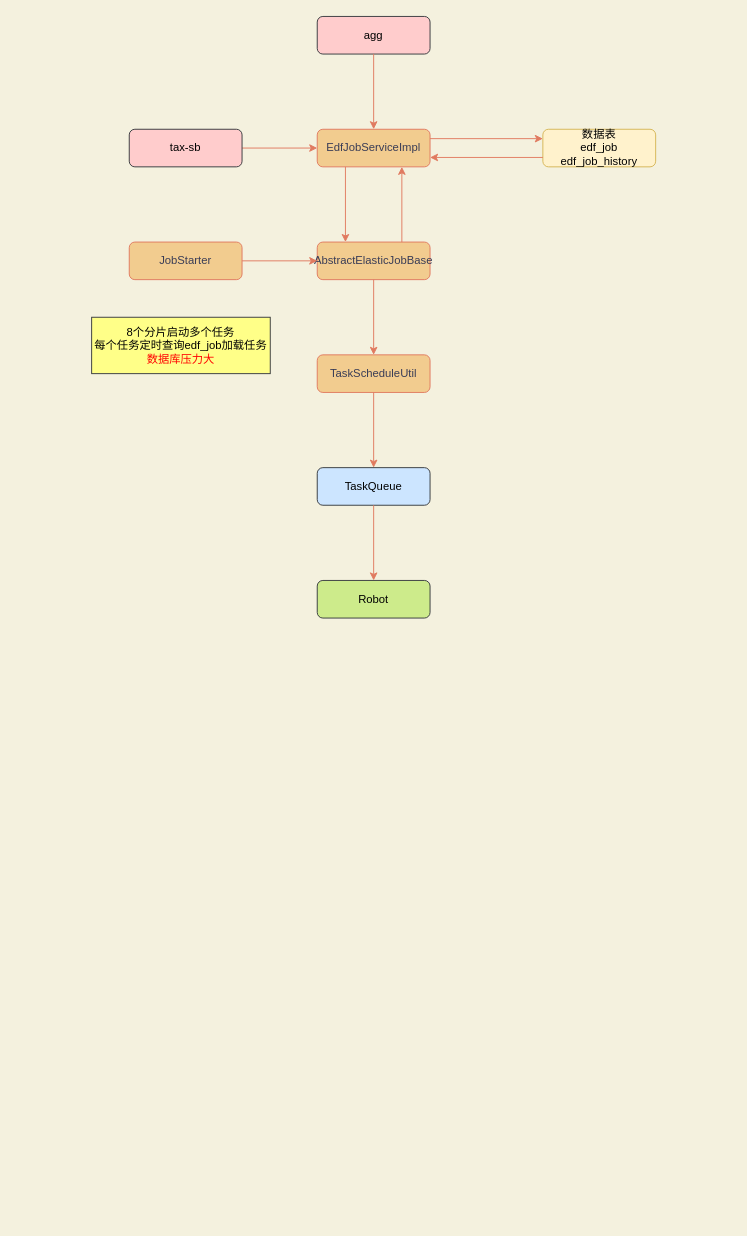
xingzhihe/hello-world keeps this draw.io diagram as 机器人异步任务.drawio. Above is the earlier version. Source tidied: cells renumbered, new cells numbered last; positions are measured from the earlier drawing's top-left corner, leaving out a move shared by most shapes. Both pictures are drawn from the tidied source at 94%, with x=0, y=0 at pixel (91, 16).
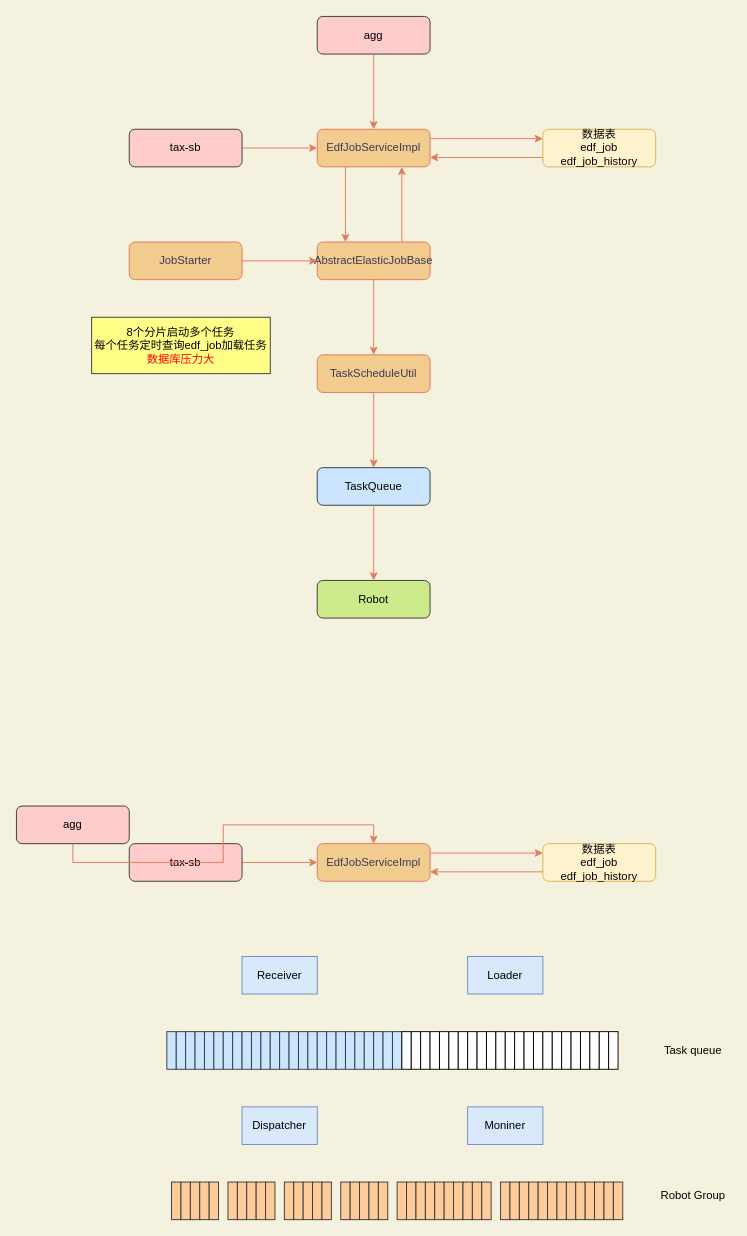
The same diagram, later.

Commit message (it also covers changes not shown here):
更新机器人异步任务.drawio

The edit, as a diff of the source:
```diff
@@
+    <mxCell id="22" style="edgeStyle=orthogonalEdgeStyle;rounded=0;jettySize=auto;html=1;exitX=1;exitY=0.5;exitDx=0;exitDy=0;entryX=0;entryY=0.5;entryDx=0;entryDy=0;labelBackgroundColor=#F4F1DE;strokeColor=#E07A5F;fontColor=#393C56;" parent="1" edge="1" source="23" target="24">
+      <mxGeometry relative="1" as="geometry" />
+    </mxCell>
+    <mxCell id="23" value="tax-sb" style="rounded=1;whiteSpace=wrap;html=1;fontSize=12;glass=0;strokeWidth=1;shadow=0;fillColor=#ffcccc;strokeColor=#36393d;" parent="1" vertex="1">
+      <mxGeometry x="40" y="880" width="120" height="40" as="geometry" />
+    </mxCell>
+    <mxCell id="24" value="EdfJobServiceImpl" style="rounded=1;whiteSpace=wrap;html=1;fontSize=12;glass=0;strokeWidth=1;shadow=0;fillColor=#F2CC8F;strokeColor=#E07A5F;fontColor=#393C56;" parent="1" vertex="1">
+      <mxGeometry x="240" y="880" width="120" height="40" as="geometry" />
+    </mxCell>
+    <mxCell id="25" value="数据表&lt;br&gt;edf_job&lt;br&gt;edf_job_history" style="rounded=1;whiteSpace=wrap;html=1;fontSize=12;glass=0;strokeWidth=1;shadow=0;fillColor=#fff2cc;strokeColor=#d6b656;" parent="1" vertex="1">
+      <mxGeometry x="480" y="880" width="120" height="40" as="geometry" />
+    </mxCell>
+    <mxCell id="26" style="edgeStyle=orthogonalEdgeStyle;rounded=0;jettySize=auto;html=1;entryX=0;entryY=0.25;entryDx=0;entryDy=0;exitX=1;exitY=0.25;exitDx=0;exitDy=0;labelBackgroundColor=#F4F1DE;strokeColor=#E07A5F;fontColor=#393C56;" parent="1" edge="1" source="24" target="25">
+      <mxGeometry relative="1" as="geometry" />
+    </mxCell>
+    <mxCell id="27" style="edgeStyle=orthogonalEdgeStyle;rounded=0;jettySize=auto;html=1;entryX=1;entryY=0.75;entryDx=0;entryDy=0;exitX=0;exitY=0.75;exitDx=0;exitDy=0;labelBackgroundColor=#F4F1DE;strokeColor=#E07A5F;fontColor=#393C56;" parent="1" edge="1" source="25" target="24">
+      <mxGeometry relative="1" as="geometry" />
+    </mxCell>
+    <mxCell id="28" value="agg" style="rounded=1;whiteSpace=wrap;html=1;fontSize=12;glass=0;strokeWidth=1;shadow=0;fillColor=#ffcccc;strokeColor=#36393d;" parent="1" vertex="1">
+      <mxGeometry x="-80" y="840" width="120" height="40" as="geometry" />
+    </mxCell>
+    <mxCell id="29" style="edgeStyle=orthogonalEdgeStyle;rounded=0;jettySize=auto;html=1;exitX=0.5;exitY=1;exitDx=0;exitDy=0;labelBackgroundColor=#F4F1DE;strokeColor=#E07A5F;fontColor=#393C56;entryX=0.5;entryY=0;entryDx=0;entryDy=0;" parent="1" edge="1" source="28" target="24">
+      <mxGeometry relative="1" as="geometry" />
+    </mxCell>
+    <mxCell id="30" style="rounded=0;whiteSpace=wrap;html=1;sketch=0;fillColor=#cce5ff;strokeColor=#36393d;" parent="1" vertex="1">
+      <mxGeometry x="80" y="1080" width="10" height="40" as="geometry" />
+    </mxCell>
+    <mxCell id="31" style="rounded=0;whiteSpace=wrap;html=1;sketch=0;fillColor=#cce5ff;strokeColor=#36393d;" parent="1" vertex="1">
+      <mxGeometry x="90" y="1080" width="10" height="40" as="geometry" />
+    </mxCell>
+    <mxCell id="32" style="rounded=0;whiteSpace=wrap;html=1;sketch=0;fillColor=#cce5ff;strokeColor=#36393d;" parent="1" vertex="1">
+      <mxGeometry x="100" y="1080" width="10" height="40" as="geometry" />
+    </mxCell>
+    <mxCell id="33" style="rounded=0;whiteSpace=wrap;html=1;sketch=0;fillColor=#cce5ff;strokeColor=#36393d;" parent="1" vertex="1">
+      <mxGeometry x="110" y="1080" width="10" height="40" as="geometry" />
+    </mxCell>
+    <mxCell id="34" style="rounded=0;whiteSpace=wrap;html=1;sketch=0;fillColor=#cce5ff;strokeColor=#36393d;" parent="1" vertex="1">
+      <mxGeometry x="120" y="1080" width="10" height="40" as="geometry" />
+    </mxCell>
+    <mxCell id="35" style="rounded=0;whiteSpace=wrap;html=1;sketch=0;fillColor=#cce5ff;strokeColor=#36393d;" parent="1" vertex="1">
+      <mxGeometry x="130" y="1080" width="10" height="40" as="geometry" />
+    </mxCell>
+    <mxCell id="36" style="rounded=0;whiteSpace=wrap;html=1;sketch=0;fillColor=#cce5ff;strokeColor=#36393d;" parent="1" vertex="1">
+      <mxGeometry x="140" y="1080" width="10" height="40" as="geometry" />
+    </mxCell>
+    <mxCell id="37" style="rounded=0;whiteSpace=wrap;html=1;sketch=0;fillColor=#cce5ff;strokeColor=#36393d;" parent="1" vertex="1">
+      <mxGeometry x="150" y="1080" width="10" height="40" as="geometry" />
+    </mxCell>
+    <mxCell id="38" style="rounded=0;whiteSpace=wrap;html=1;sketch=0;fillColor=#cce5ff;strokeColor=#36393d;" parent="1" vertex="1">
+      <mxGeometry x="160" y="1080" width="10" height="40" as="geometry" />
+    </mxCell>
+    <mxCell id="39" style="rounded=0;whiteSpace=wrap;html=1;sketch=0;fillColor=#cce5ff;strokeColor=#36393d;" parent="1" vertex="1">
+      <mxGeometry x="170" y="1080" width="10" height="40" as="geometry" />
+    </mxCell>
+    <mxCell id="40" style="rounded=0;whiteSpace=wrap;html=1;sketch=0;fillColor=#cce5ff;strokeColor=#36393d;" parent="1" vertex="1">
+      <mxGeometry x="180" y="1080" width="10" height="40" as="geometry" />
+    </mxCell>
+    <mxCell id="41" style="rounded=0;whiteSpace=wrap;html=1;sketch=0;fillColor=#cce5ff;strokeColor=#36393d;" parent="1" vertex="1">
+      <mxGeometry x="190" y="1080" width="10" height="40" as="geometry" />
+    </mxCell>
+    <mxCell id="42" style="rounded=0;whiteSpace=wrap;html=1;sketch=0;fillColor=#cce5ff;strokeColor=#36393d;" parent="1" vertex="1">
+      <mxGeometry x="200" y="1080" width="10" height="40" as="geometry" />
+    </mxCell>
+    <mxCell id="43" style="rounded=0;whiteSpace=wrap;html=1;sketch=0;fillColor=#cce5ff;strokeColor=#36393d;" parent="1" vertex="1">
+      <mxGeometry x="210" y="1080" width="10" height="40" as="geometry" />
+    </mxCell>
+    <mxCell id="44" style="rounded=0;whiteSpace=wrap;html=1;sketch=0;fillColor=#cce5ff;strokeColor=#36393d;" parent="1" vertex="1">
+      <mxGeometry x="220" y="1080" width="10" height="40" as="geometry" />
+    </mxCell>
+    <mxCell id="45" style="rounded=0;whiteSpace=wrap;html=1;sketch=0;fillColor=#cce5ff;strokeColor=#36393d;" parent="1" vertex="1">
+      <mxGeometry x="230" y="1080" width="10" height="40" as="geometry" />
+    </mxCell>
+    <mxCell id="46" style="rounded=0;whiteSpace=wrap;html=1;sketch=0;fillColor=#cce5ff;strokeColor=#36393d;" parent="1" vertex="1">
+      <mxGeometry x="240" y="1080" width="10" height="40" as="geometry" />
+    </mxCell>
+    <mxCell id="47" style="rounded=0;whiteSpace=wrap;html=1;sketch=0;fillColor=#cce5ff;strokeColor=#36393d;" parent="1" vertex="1">
+      <mxGeometry x="250" y="1080" width="10" height="40" as="geometry" />
+    </mxCell>
+    <mxCell id="48" style="rounded=0;whiteSpace=wrap;html=1;sketch=0;fillColor=#cce5ff;strokeColor=#36393d;" parent="1" vertex="1">
+      <mxGeometry x="260" y="1080" width="10" height="40" as="geometry" />
+    </mxCell>
+    <mxCell id="49" style="rounded=0;whiteSpace=wrap;html=1;sketch=0;fillColor=#cce5ff;strokeColor=#36393d;" parent="1" vertex="1">
+      <mxGeometry x="270" y="1080" width="10" height="40" as="geometry" />
+    </mxCell>
+    <mxCell id="50" style="rounded=0;whiteSpace=wrap;html=1;sketch=0;fillColor=#cce5ff;strokeColor=#36393d;" parent="1" vertex="1">
+      <mxGeometry x="280" y="1080" width="10" height="40" as="geometry" />
+    </mxCell>
+    <mxCell id="51" style="rounded=0;whiteSpace=wrap;html=1;sketch=0;fillColor=#cce5ff;strokeColor=#36393d;" parent="1" vertex="1">
+      <mxGeometry x="290" y="1080" width="10" height="40" as="geometry" />
+    </mxCell>
+    <mxCell id="52" style="rounded=0;whiteSpace=wrap;html=1;sketch=0;fillColor=#cce5ff;strokeColor=#36393d;" parent="1" vertex="1">
+      <mxGeometry x="300" y="1080" width="10" height="40" as="geometry" />
+    </mxCell>
+    <mxCell id="53" style="rounded=0;whiteSpace=wrap;html=1;sketch=0;fillColor=#cce5ff;strokeColor=#36393d;" parent="1" vertex="1">
+      <mxGeometry x="310" y="1080" width="10" height="40" as="geometry" />
+    </mxCell>
+    <mxCell id="54" style="rounded=0;whiteSpace=wrap;html=1;sketch=0;fillColor=#cce5ff;strokeColor=#36393d;" parent="1" vertex="1">
+      <mxGeometry x="320" y="1080" width="10" height="40" as="geometry" />
+    </mxCell>
+    <mxCell id="55" style="rounded=0;whiteSpace=wrap;html=1;sketch=0;" parent="1" vertex="1">
+      <mxGeometry x="330" y="1080" width="10" height="40" as="geometry" />
+    </mxCell>
+    <mxCell id="56" style="rounded=0;whiteSpace=wrap;html=1;sketch=0;" parent="1" vertex="1">
+      <mxGeometry x="340" y="1080" width="10" height="40" as="geometry" />
+    </mxCell>
+    <mxCell id="57" style="rounded=0;whiteSpace=wrap;html=1;sketch=0;" parent="1" vertex="1">
+      <mxGeometry x="350" y="1080" width="10" height="40" as="geometry" />
+    </mxCell>
+    <mxCell id="58" style="rounded=0;whiteSpace=wrap;html=1;sketch=0;" parent="1" vertex="1">
+      <mxGeometry x="360" y="1080" width="10" height="40" as="geometry" />
+    </mxCell>
+    <mxCell id="59" style="rounded=0;whiteSpace=wrap;html=1;sketch=0;" parent="1" vertex="1">
+      <mxGeometry x="370" y="1080" width="10" height="40" as="geometry" />
+    </mxCell>
+    <mxCell id="60" style="rounded=0;whiteSpace=wrap;html=1;sketch=0;" parent="1" vertex="1">
+      <mxGeometry x="380" y="1080" width="10" height="40" as="geometry" />
+    </mxCell>
+    <mxCell id="61" style="rounded=0;whiteSpace=wrap;html=1;sketch=0;" parent="1" vertex="1">
+      <mxGeometry x="390" y="1080" width="10" height="40" as="geometry" />
+    </mxCell>
+    <mxCell id="62" style="rounded=0;whiteSpace=wrap;html=1;sketch=0;" parent="1" vertex="1">
+      <mxGeometry x="400" y="1080" width="10" height="40" as="geometry" />
+    </mxCell>
+    <mxCell id="63" style="rounded=0;whiteSpace=wrap;html=1;sketch=0;" parent="1" vertex="1">
+      <mxGeometry x="410" y="1080" width="10" height="40" as="geometry" />
+    </mxCell>
+    <mxCell id="64" style="rounded=0;whiteSpace=wrap;html=1;sketch=0;" parent="1" vertex="1">
+      <mxGeometry x="420" y="1080" width="10" height="40" as="geometry" />
+    </mxCell>
+    <mxCell id="65" style="rounded=0;whiteSpace=wrap;html=1;sketch=0;" parent="1" vertex="1">
+      <mxGeometry x="430" y="1080" width="10" height="40" as="geometry" />
+    </mxCell>
+    <mxCell id="66" style="rounded=0;whiteSpace=wrap;html=1;sketch=0;" parent="1" vertex="1">
+      <mxGeometry x="440" y="1080" width="10" height="40" as="geometry" />
+    </mxCell>
+    <mxCell id="67" style="rounded=0;whiteSpace=wrap;html=1;sketch=0;" parent="1" vertex="1">
+      <mxGeometry x="450" y="1080" width="10" height="40" as="geometry" />
+    </mxCell>
+    <mxCell id="68" style="rounded=0;whiteSpace=wrap;html=1;sketch=0;" parent="1" vertex="1">
+      <mxGeometry x="460" y="1080" width="10" height="40" as="geometry" />
+    </mxCell>
+    <mxCell id="69" style="rounded=0;whiteSpace=wrap;html=1;sketch=0;" parent="1" vertex="1">
+      <mxGeometry x="470" y="1080" width="10" height="40" as="geometry" />
+    </mxCell>
+    <mxCell id="70" style="rounded=0;whiteSpace=wrap;html=1;sketch=0;" parent="1" vertex="1">
+      <mxGeometry x="480" y="1080" width="10" height="40" as="geometry" />
+    </mxCell>
+    <mxCell id="71" style="rounded=0;whiteSpace=wrap;html=1;sketch=0;" parent="1" vertex="1">
+      <mxGeometry x="490" y="1080" width="10" height="40" as="geometry" />
+    </mxCell>
+    <mxCell id="72" style="rounded=0;whiteSpace=wrap;html=1;sketch=0;" parent="1" vertex="1">
+      <mxGeometry x="500" y="1080" width="10" height="40" as="geometry" />
+    </mxCell>
+    <mxCell id="73" style="rounded=0;whiteSpace=wrap;html=1;sketch=0;" parent="1" vertex="1">
+      <mxGeometry x="510" y="1080" width="10" height="40" as="geometry" />
+    </mxCell>
+    <mxCell id="74" style="rounded=0;whiteSpace=wrap;html=1;sketch=0;" parent="1" vertex="1">
+      <mxGeometry x="520" y="1080" width="10" height="40" as="geometry" />
+    </mxCell>
+    <mxCell id="75" style="rounded=0;whiteSpace=wrap;html=1;sketch=0;" parent="1" vertex="1">
+      <mxGeometry x="530" y="1080" width="10" height="40" as="geometry" />
+    </mxCell>
+    <mxCell id="76" style="rounded=0;whiteSpace=wrap;html=1;sketch=0;" parent="1" vertex="1">
+      <mxGeometry x="540" y="1080" width="10" height="40" as="geometry" />
+    </mxCell>
+    <mxCell id="77" style="rounded=0;whiteSpace=wrap;html=1;sketch=0;" parent="1" vertex="1">
+      <mxGeometry x="550" y="1080" width="10" height="40" as="geometry" />
+    </mxCell>
+    <mxCell id="78" value="Receiver" style="rounded=0;whiteSpace=wrap;html=1;sketch=0;strokeColor=#6c8ebf;fillColor=#dae8fc;" parent="1" vertex="1">
+      <mxGeometry x="160" y="1000" width="80" height="40" as="geometry" />
+    </mxCell>
+    <mxCell id="79" value="Loader" style="rounded=0;whiteSpace=wrap;html=1;sketch=0;strokeColor=#6c8ebf;fillColor=#dae8fc;" parent="1" vertex="1">
+      <mxGeometry x="400" y="1000" width="80" height="40" as="geometry" />
+    </mxCell>
+    <mxCell id="80" value="Dispatcher" style="rounded=0;whiteSpace=wrap;html=1;sketch=0;strokeColor=#6c8ebf;fillColor=#dae8fc;" parent="1" vertex="1">
+      <mxGeometry x="160" y="1160" width="80" height="40" as="geometry" />
+    </mxCell>
+    <mxCell id="81" value="Moniner" style="rounded=0;whiteSpace=wrap;html=1;sketch=0;strokeColor=#6c8ebf;fillColor=#dae8fc;" parent="1" vertex="1">
+      <mxGeometry x="400" y="1160" width="80" height="40" as="geometry" />
+    </mxCell>
+    <mxCell id="82" style="rounded=0;whiteSpace=wrap;html=1;sketch=0;fillColor=#ffcc99;strokeColor=#36393d;" parent="1" vertex="1">
+      <mxGeometry x="85" y="1240" width="10" height="40" as="geometry" />
+    </mxCell>
+    <mxCell id="83" style="rounded=0;whiteSpace=wrap;html=1;sketch=0;fillColor=#ffcc99;strokeColor=#36393d;" parent="1" vertex="1">
+      <mxGeometry x="95" y="1240" width="10" height="40" as="geometry" />
+    </mxCell>
+    <mxCell id="84" style="rounded=0;whiteSpace=wrap;html=1;sketch=0;fillColor=#ffcc99;strokeColor=#36393d;" parent="1" vertex="1">
+      <mxGeometry x="105" y="1240" width="10" height="40" as="geometry" />
+    </mxCell>
+    <mxCell id="85" style="rounded=0;whiteSpace=wrap;html=1;sketch=0;fillColor=#ffcc99;strokeColor=#36393d;" parent="1" vertex="1">
+      <mxGeometry x="115" y="1240" width="10" height="40" as="geometry" />
+    </mxCell>
+    <mxCell id="86" style="rounded=0;whiteSpace=wrap;html=1;sketch=0;fillColor=#ffcc99;strokeColor=#36393d;" parent="1" vertex="1">
+      <mxGeometry x="125" y="1240" width="10" height="40" as="geometry" />
+    </mxCell>
+    <mxCell id="87" style="rounded=0;whiteSpace=wrap;html=1;sketch=0;fillColor=#ffcc99;strokeColor=#36393d;" parent="1" vertex="1">
+      <mxGeometry x="145" y="1240" width="10" height="40" as="geometry" />
+    </mxCell>
+    <mxCell id="88" style="rounded=0;whiteSpace=wrap;html=1;sketch=0;fillColor=#ffcc99;strokeColor=#36393d;" parent="1" vertex="1">
+      <mxGeometry x="155" y="1240" width="10" height="40" as="geometry" />
+    </mxCell>
+    <mxCell id="89" style="rounded=0;whiteSpace=wrap;html=1;sketch=0;fillColor=#ffcc99;strokeColor=#36393d;" parent="1" vertex="1">
+      <mxGeometry x="165" y="1240" width="10" height="40" as="geometry" />
+    </mxCell>
+    <mxCell id="90" style="rounded=0;whiteSpace=wrap;html=1;sketch=0;fillColor=#ffcc99;strokeColor=#36393d;" parent="1" vertex="1">
+      <mxGeometry x="175" y="1240" width="10" height="40" as="geometry" />
+    </mxCell>
+    <mxCell id="91" style="rounded=0;whiteSpace=wrap;html=1;sketch=0;fillColor=#ffcc99;strokeColor=#36393d;" parent="1" vertex="1">
+      <mxGeometry x="185" y="1240" width="10" height="40" as="geometry" />
+    </mxCell>
+    <mxCell id="92" style="rounded=0;whiteSpace=wrap;html=1;sketch=0;fillColor=#ffcc99;strokeColor=#36393d;" parent="1" vertex="1">
+      <mxGeometry x="205" y="1240" width="10" height="40" as="geometry" />
+    </mxCell>
+    <mxCell id="93" style="rounded=0;whiteSpace=wrap;html=1;sketch=0;fillColor=#ffcc99;strokeColor=#36393d;" parent="1" vertex="1">
+      <mxGeometry x="215" y="1240" width="10" height="40" as="geometry" />
+    </mxCell>
+    <mxCell id="94" style="rounded=0;whiteSpace=wrap;html=1;sketch=0;fillColor=#ffcc99;strokeColor=#36393d;" parent="1" vertex="1">
+      <mxGeometry x="225" y="1240" width="10" height="40" as="geometry" />
+    </mxCell>
+    <mxCell id="95" style="rounded=0;whiteSpace=wrap;html=1;sketch=0;fillColor=#ffcc99;strokeColor=#36393d;" parent="1" vertex="1">
+      <mxGeometry x="235" y="1240" width="10" height="40" as="geometry" />
+    </mxCell>
+    <mxCell id="96" style="rounded=0;whiteSpace=wrap;html=1;sketch=0;fillColor=#ffcc99;strokeColor=#36393d;" parent="1" vertex="1">
+      <mxGeometry x="245" y="1240" width="10" height="40" as="geometry" />
+    </mxCell>
+    <mxCell id="97" style="rounded=0;whiteSpace=wrap;html=1;sketch=0;fillColor=#ffcc99;strokeColor=#36393d;" parent="1" vertex="1">
+      <mxGeometry x="265" y="1240" width="10" height="40" as="geometry" />
+    </mxCell>
+    <mxCell id="98" style="rounded=0;whiteSpace=wrap;html=1;sketch=0;fillColor=#ffcc99;strokeColor=#36393d;" parent="1" vertex="1">
+      <mxGeometry x="275" y="1240" width="10" height="40" as="geometry" />
+    </mxCell>
+    <mxCell id="99" style="rounded=0;whiteSpace=wrap;html=1;sketch=0;fillColor=#ffcc99;strokeColor=#36393d;" parent="1" vertex="1">
+      <mxGeometry x="285" y="1240" width="10" height="40" as="geometry" />
+    </mxCell>
+    <mxCell id="100" style="rounded=0;whiteSpace=wrap;html=1;sketch=0;fillColor=#ffcc99;strokeColor=#36393d;" parent="1" vertex="1">
+      <mxGeometry x="295" y="1240" width="10" height="40" as="geometry" />
+    </mxCell>
+    <mxCell id="101" style="rounded=0;whiteSpace=wrap;html=1;sketch=0;fillColor=#ffcc99;strokeColor=#36393d;" parent="1" vertex="1">
+      <mxGeometry x="305" y="1240" width="10" height="40" as="geometry" />
+    </mxCell>
+    <mxCell id="102" style="rounded=0;whiteSpace=wrap;html=1;sketch=0;fillColor=#ffcc99;strokeColor=#36393d;" parent="1" vertex="1">
+      <mxGeometry x="325" y="1240" width="10" height="40" as="geometry" />
+    </mxCell>
+    <mxCell id="103" style="rounded=0;whiteSpace=wrap;html=1;sketch=0;fillColor=#ffcc99;strokeColor=#36393d;" parent="1" vertex="1">
+      <mxGeometry x="335" y="1240" width="10" height="40" as="geometry" />
+    </mxCell>
+    <mxCell id="104" style="rounded=0;whiteSpace=wrap;html=1;sketch=0;fillColor=#ffcc99;strokeColor=#36393d;" parent="1" vertex="1">
+      <mxGeometry x="345" y="1240" width="10" height="40" as="geometry" />
+    </mxCell>
+    <mxCell id="105" style="rounded=0;whiteSpace=wrap;html=1;sketch=0;fillColor=#ffcc99;strokeColor=#36393d;" parent="1" vertex="1">
+      <mxGeometry x="355" y="1240" width="10" height="40" as="geometry" />
+    </mxCell>
+    <mxCell id="106" style="rounded=0;whiteSpace=wrap;html=1;sketch=0;fillColor=#ffcc99;strokeColor=#36393d;" parent="1" vertex="1">
+      <mxGeometry x="365" y="1240" width="10" height="40" as="geometry" />
+    </mxCell>
+    <mxCell id="107" style="rounded=0;whiteSpace=wrap;html=1;sketch=0;fillColor=#ffcc99;strokeColor=#36393d;" parent="1" vertex="1">
+      <mxGeometry x="375" y="1240" width="10" height="40" as="geometry" />
+    </mxCell>
+    <mxCell id="108" style="rounded=0;whiteSpace=wrap;html=1;sketch=0;fillColor=#ffcc99;strokeColor=#36393d;" parent="1" vertex="1">
+      <mxGeometry x="385" y="1240" width="10" height="40" as="geometry" />
+    </mxCell>
+    <mxCell id="109" style="rounded=0;whiteSpace=wrap;html=1;sketch=0;fillColor=#ffcc99;strokeColor=#36393d;" parent="1" vertex="1">
+      <mxGeometry x="395" y="1240" width="10" height="40" as="geometry" />
+    </mxCell>
+    <mxCell id="110" style="rounded=0;whiteSpace=wrap;html=1;sketch=0;fillColor=#ffcc99;strokeColor=#36393d;" parent="1" vertex="1">
+      <mxGeometry x="405" y="1240" width="10" height="40" as="geometry" />
+    </mxCell>
+    <mxCell id="111" style="rounded=0;whiteSpace=wrap;html=1;sketch=0;fillColor=#ffcc99;strokeColor=#36393d;" parent="1" vertex="1">
+      <mxGeometry x="415" y="1240" width="10" height="40" as="geometry" />
+    </mxCell>
+    <mxCell id="112" style="rounded=0;whiteSpace=wrap;html=1;sketch=0;fillColor=#ffcc99;strokeColor=#36393d;" parent="1" vertex="1">
+      <mxGeometry x="435" y="1240" width="10" height="40" as="geometry" />
+    </mxCell>
+    <mxCell id="113" style="rounded=0;whiteSpace=wrap;html=1;sketch=0;fillColor=#ffcc99;strokeColor=#36393d;" parent="1" vertex="1">
+      <mxGeometry x="445" y="1240" width="10" height="40" as="geometry" />
+    </mxCell>
+    <mxCell id="114" style="rounded=0;whiteSpace=wrap;html=1;sketch=0;fillColor=#ffcc99;strokeColor=#36393d;" parent="1" vertex="1">
+      <mxGeometry x="455" y="1240" width="10" height="40" as="geometry" />
+    </mxCell>
+    <mxCell id="115" style="rounded=0;whiteSpace=wrap;html=1;sketch=0;fillColor=#ffcc99;strokeColor=#36393d;" parent="1" vertex="1">
+      <mxGeometry x="465" y="1240" width="10" height="40" as="geometry" />
+    </mxCell>
+    <mxCell id="116" style="rounded=0;whiteSpace=wrap;html=1;sketch=0;fillColor=#ffcc99;strokeColor=#36393d;" parent="1" vertex="1">
+      <mxGeometry x="475" y="1240" width="10" height="40" as="geometry" />
+    </mxCell>
+    <mxCell id="117" style="rounded=0;whiteSpace=wrap;html=1;sketch=0;fillColor=#ffcc99;strokeColor=#36393d;" parent="1" vertex="1">
+      <mxGeometry x="485" y="1240" width="10" height="40" as="geometry" />
+    </mxCell>
+    <mxCell id="118" style="rounded=0;whiteSpace=wrap;html=1;sketch=0;fillColor=#ffcc99;strokeColor=#36393d;" parent="1" vertex="1">
+      <mxGeometry x="495" y="1240" width="10" height="40" as="geometry" />
+    </mxCell>
+    <mxCell id="119" style="rounded=0;whiteSpace=wrap;html=1;sketch=0;fillColor=#ffcc99;strokeColor=#36393d;" parent="1" vertex="1">
+      <mxGeometry x="505" y="1240" width="10" height="40" as="geometry" />
+    </mxCell>
+    <mxCell id="120" style="rounded=0;whiteSpace=wrap;html=1;sketch=0;fillColor=#ffcc99;strokeColor=#36393d;" parent="1" vertex="1">
+      <mxGeometry x="515" y="1240" width="10" height="40" as="geometry" />
+    </mxCell>
+    <mxCell id="121" style="rounded=0;whiteSpace=wrap;html=1;sketch=0;fillColor=#ffcc99;strokeColor=#36393d;" parent="1" vertex="1">
+      <mxGeometry x="525" y="1240" width="10" height="40" as="geometry" />
+    </mxCell>
+    <mxCell id="122" style="rounded=0;whiteSpace=wrap;html=1;sketch=0;fillColor=#ffcc99;strokeColor=#36393d;" parent="1" vertex="1">
+      <mxGeometry x="535" y="1240" width="10" height="40" as="geometry" />
+    </mxCell>
+    <mxCell id="123" style="rounded=0;whiteSpace=wrap;html=1;sketch=0;fillColor=#ffcc99;strokeColor=#36393d;" parent="1" vertex="1">
+      <mxGeometry x="545" y="1240" width="10" height="40" as="geometry" />
+    </mxCell>
+    <mxCell id="124" style="rounded=0;whiteSpace=wrap;html=1;sketch=0;fillColor=#ffcc99;strokeColor=#36393d;" parent="1" vertex="1">
+      <mxGeometry x="555" y="1240" width="10" height="40" as="geometry" />
+    </mxCell>
+    <mxCell id="125" value="Task queue" style="text;html=1;strokeColor=none;fillColor=none;align=center;verticalAlign=middle;whiteSpace=wrap;rounded=0;sketch=0;fontColor=#000000;" parent="1" vertex="1">
+      <mxGeometry x="600" y="1085" width="80" height="30" as="geometry" />
+    </mxCell>
+    <mxCell id="126" value="Robot Group" style="text;html=1;strokeColor=none;fillColor=none;align=center;verticalAlign=middle;whiteSpace=wrap;rounded=0;sketch=0;fontColor=#000000;" parent="1" vertex="1">
+      <mxGeometry x="600" y="1240" width="80" height="30" as="geometry" />
+    </mxCell>
```
